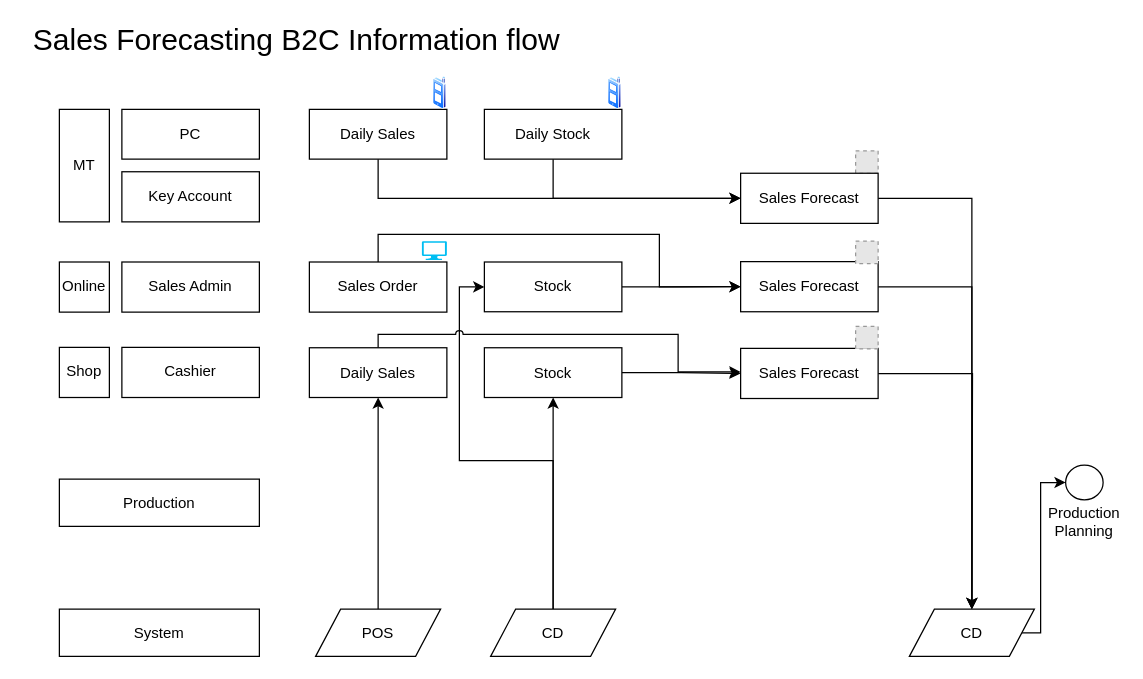
This is page "Sales Forecasting B2C" (1 of 7) of RM flow.drawio from pkppm-dev/Roy-s, a draw.io file, before an edit. Source tidied: cells renumbered, new cells numbered last; positions are measured from the earlier drawing's top-left corner, leaving out a move shared by most shapes. Both pictures are drawn from the tidied source at 125%, with x=0, y=0 at pixel (21, 21). Pictures stored in the file or linked from it are replaced by grey dashed boxes.
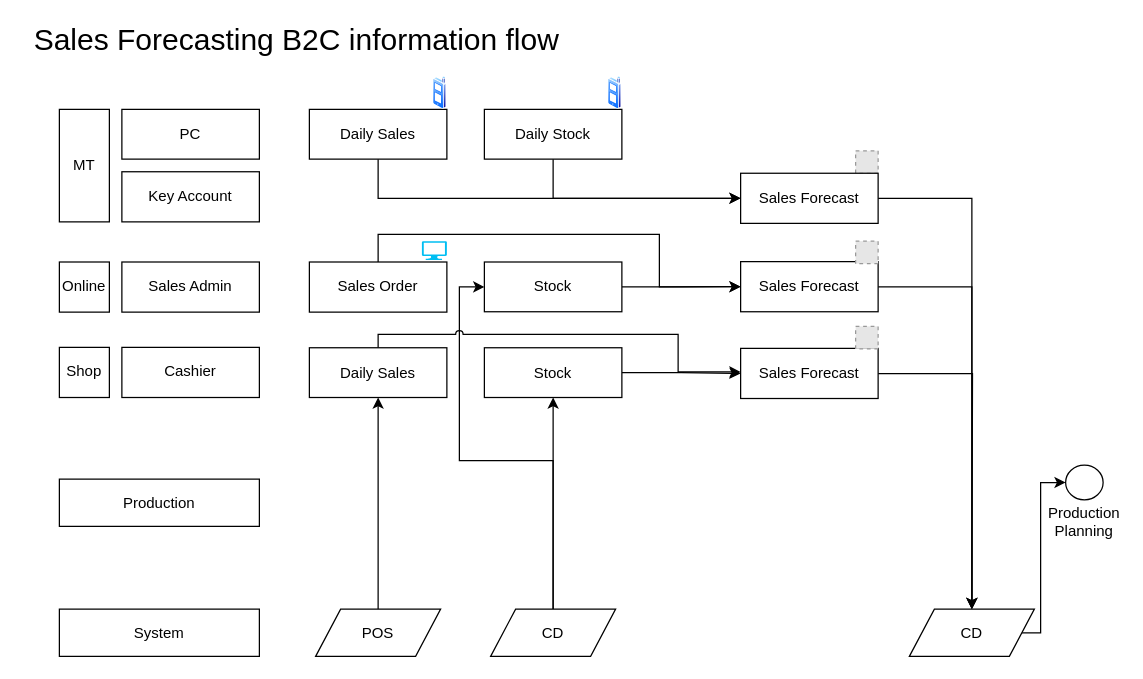
Above is the later version.

Change to the diagram source:
```diff
@@
-    <mxCell id="2" value="&lt;font style=&quot;font-size: 24px;&quot;&gt;Sales Forecasting B2C Information flow&lt;/font&gt;" style="text;html=1;align=center;verticalAlign=middle;whiteSpace=wrap;rounded=0;" parent="1" vertex="1">
+    <mxCell id="2" value="&lt;font style=&quot;font-size: 24px;&quot;&gt;Sales Forecasting B2C information flow&lt;/font&gt;" style="text;html=1;align=center;verticalAlign=middle;whiteSpace=wrap;rounded=0;" parent="1" vertex="1">
       <mxGeometry width="440" height="30" as="geometry" />
     </mxCell>
```
